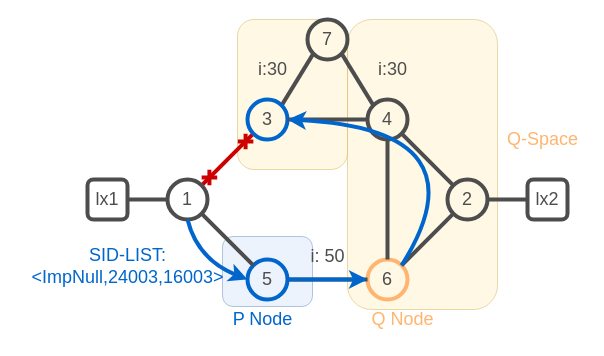
Above: page "5" (5 of 14) of images/lab-topologies.drawio in IntuitiveSoft-net/sr-lab (draw.io), before the change. Source tidied: cells renumbered, new cells numbered last; positions are measured from the earlier drawing's top-left corner, leaving out a move shared by most shapes. Both pictures are drawn from the tidied source at 100%, with x=0, y=0 at pixel (17, 19).
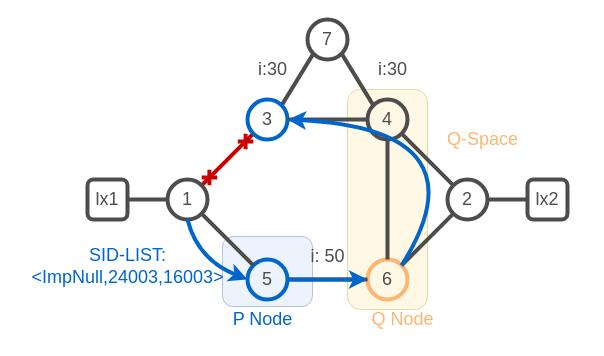
The same diagram, later.

Diff of the diagram source:
```diff
@@
-    <mxCell id="2" style="rounded=1;whiteSpace=wrap;html=1;strokeColor=#d6b656;fillColor=#fff2cc;opacity=50;rotation=-90;" parent="1" vertex="1">
-      <mxGeometry x="200" y="20" width="150" height="110" as="geometry" />
-    </mxCell>
     <mxCell id="3" style="rounded=1;whiteSpace=wrap;html=1;strokeColor=#d6b656;fillColor=#fff2cc;opacity=50;arcSize=16;" parent="1" vertex="1">
-      <mxGeometry x="330" width="150" height="290" as="geometry" />
+      <mxGeometry x="330" y="70" width="80" height="220" as="geometry" />
     </mxCell>
@@
     <mxCell id="34" value="&lt;span style=&quot;font-size: 18px;&quot;&gt;&lt;font color=&quot;#ffb570&quot;&gt;Q-Space&lt;/font&gt;&lt;/span&gt;" style="text;html=1;align=center;verticalAlign=middle;strokeColor=none;fillColor=none;" parent="1" vertex="1">
-      <mxGeometry x="480" y="100" width="90" height="40" as="geometry" />
+      <mxGeometry x="420" y="100" width="90" height="40" as="geometry" />
     </mxCell>
```
